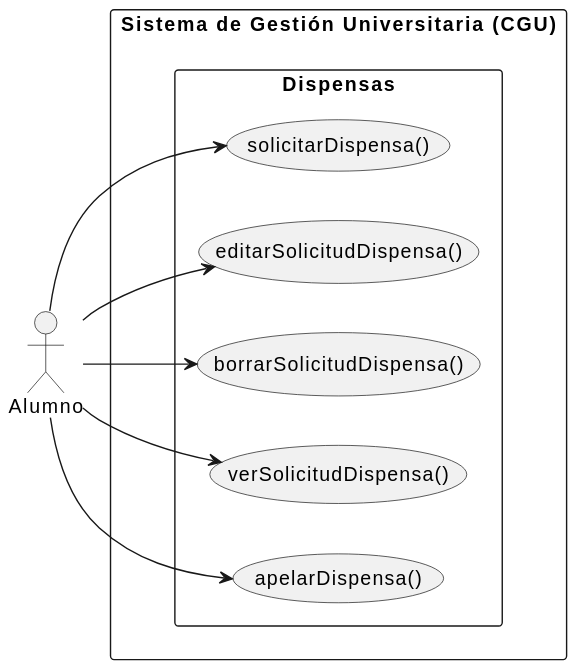
Before: documents/CasosDeUso/CasoDeUso/Alumno/DdCdU.svg, a diagram exported from PlantUML (enmabry/25-26-IdSw1-SdR). The source it was exported from:
```plantuml
@startuml
left to right direction
skinparam packageStyle rectangle

actor Alumno

rectangle "Sistema de Gestión Universitaria (CGU)" {

    package "Dispensas" {
        usecase "solicitarDispensa()" as SolicitarDispensa
        usecase "editarSolicitudDispensa()" as EditarSolicitudDispensa
        usecase "borrarSolicitudDispensa()" as BorrarSolicitudDispensa
        usecase "verSolicitudDispensa()" as VerSolicitudDispensa
        usecase "apelarDispensa()" as ApelarDispensa
    }

}

Alumno --> SolicitarDispensa
Alumno --> EditarSolicitudDispensa
Alumno --> BorrarSolicitudDispensa
Alumno --> VerSolicitudDispensa
Alumno --> ApelarDispensa
@enduml
```
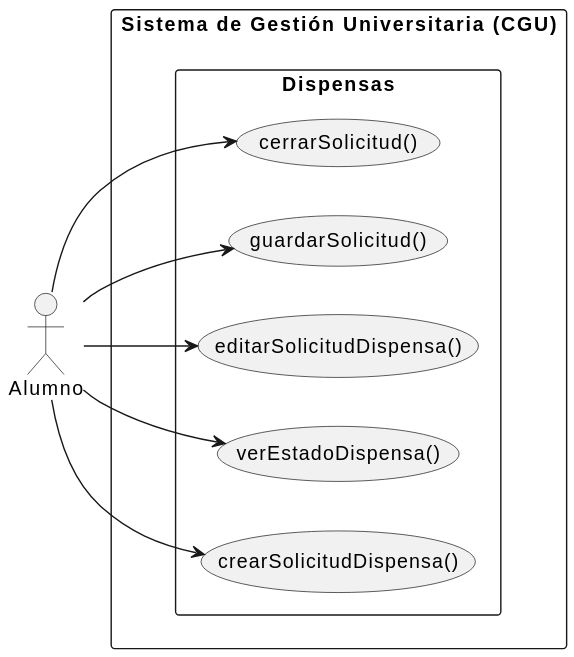
Later version of the same file.

The edit, as a diff of the source:
```diff
@@ -7,18 +7,18 @@
 rectangle "Sistema de Gestión Universitaria (CGU)" {
 
     package "Dispensas" {
-        usecase "solicitarDispensa()" as SolicitarDispensa
+        usecase "crearSolicitudDispensa()"  as CrearSolicitudDispensa
+        usecase "verEstadoDispensa()"       as VerEstadoDispensa
         usecase "editarSolicitudDispensa()" as EditarSolicitudDispensa
-        usecase "borrarSolicitudDispensa()" as BorrarSolicitudDispensa
-        usecase "verSolicitudDispensa()" as VerSolicitudDispensa
-        usecase "apelarDispensa()" as ApelarDispensa
+        usecase "guardarSolicitud()"        as GuardarSolicitud
+        usecase "cerrarSolicitud()"         as CerrarSolicitud
     }
 
 }
 
-Alumno --> SolicitarDispensa
+Alumno --> CrearSolicitudDispensa
+Alumno --> VerEstadoDispensa
 Alumno --> EditarSolicitudDispensa
-Alumno --> BorrarSolicitudDispensa
-Alumno --> VerSolicitudDispensa
-Alumno --> ApelarDispensa
+Alumno --> GuardarSolicitud
+Alumno --> CerrarSolicitud
 @enduml
```
